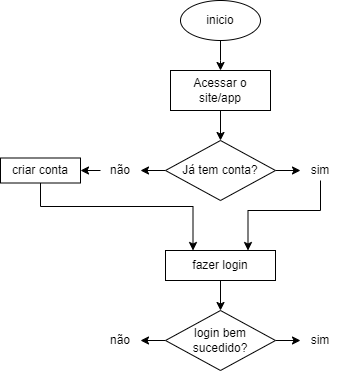
Earlier version of the draw.io export fluxograma.drawio.png (Andynlx01/fluxograma.aprensa-o). Source tidied: cells renumbered, new cells last; positions are measured from the earlier drawing's top-left corner, leaving out a move shared by most shapes.
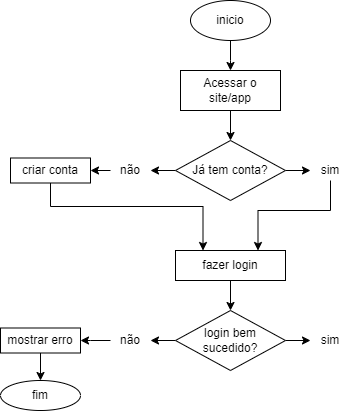
Later version of the same file.

What changed in the source:
```diff
@@ -84,8 +84,22 @@
     <mxCell id="20" value="sim" style="text;strokeColor=none;align=center;fillColor=none;html=1;verticalAlign=middle;whiteSpace=wrap;rounded=0;" parent="1" vertex="1">
       <mxGeometry x="300" y="330" width="40" height="20" as="geometry" />
     </mxCell>
+    <mxCell id="22" style="edgeStyle=orthogonalEdgeStyle;rounded=0;jettySize=auto;html=1;" parent="1" edge="1" source="21">
+      <mxGeometry relative="1" as="geometry">
+        <mxPoint x="70" y="340" as="targetPoint" />
+      </mxGeometry>
+    </mxCell>
     <mxCell id="21" value="não" style="text;strokeColor=none;align=center;fillColor=none;html=1;verticalAlign=middle;whiteSpace=wrap;rounded=0;" parent="1" vertex="1">
       <mxGeometry x="100" y="330" width="40" height="20" as="geometry" />
     </mxCell>
+    <mxCell id="23" style="edgeStyle=orthogonalEdgeStyle;rounded=0;jettySize=auto;html=1;" parent="1" edge="1" source="24" target="25">
+      <mxGeometry relative="1" as="geometry" />
+    </mxCell>
+    <mxCell id="24" value="mostrar erro" style="rounded=0;whiteSpace=wrap;html=1;" parent="1" vertex="1">
+      <mxGeometry x="-10" y="327.5" width="80" height="25" as="geometry" />
+    </mxCell>
+    <mxCell id="25" value="fim" style="ellipse;whiteSpace=wrap;html=1;" parent="1" vertex="1">
+      <mxGeometry x="-10" y="380" width="80" height="30" as="geometry" />
+    </mxCell>
   </root>
 </mxGraphModel>
```
